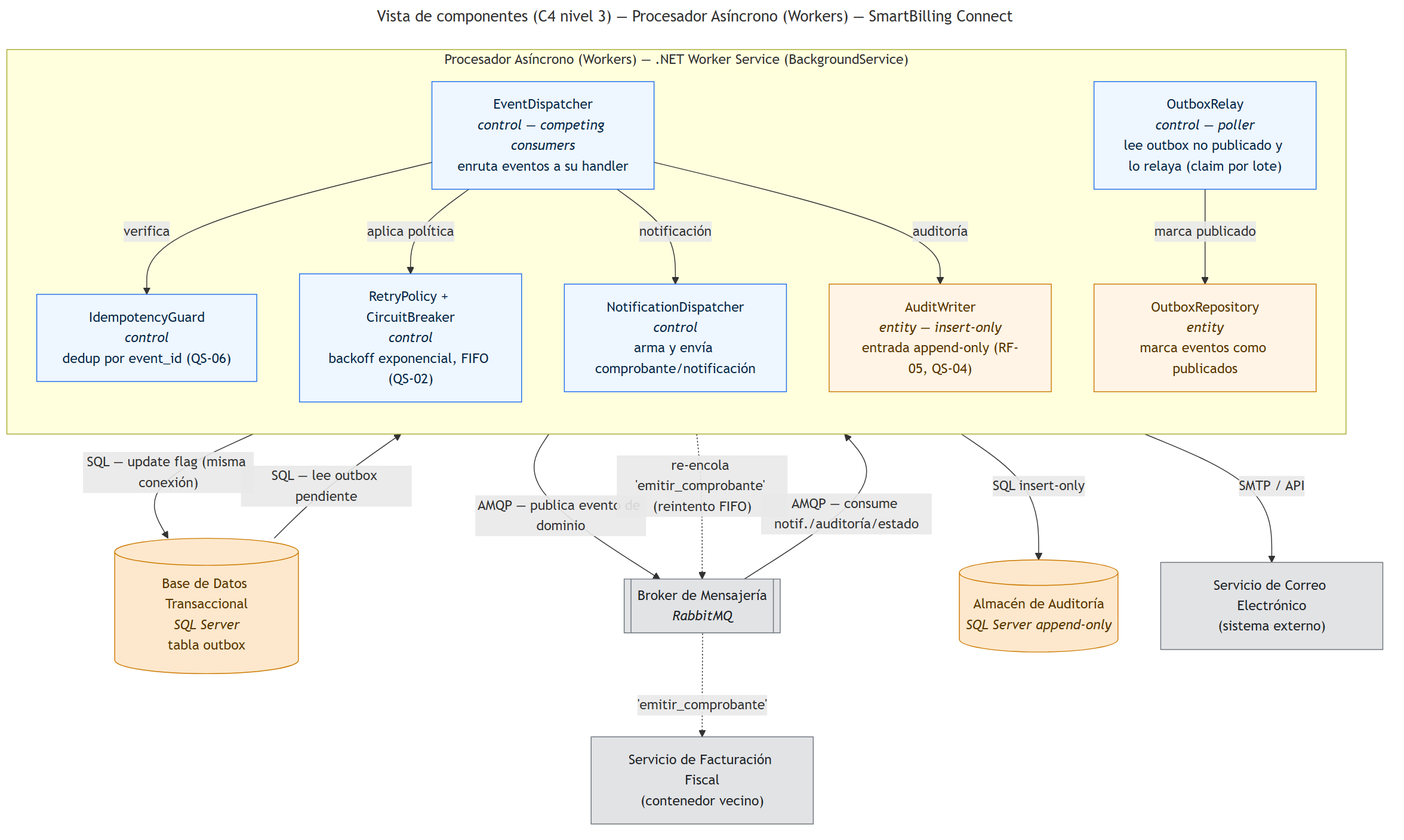
This is diagramas/c4-componentes-workers.png from amoramongeCenfo/PSWE-04-Dise-o-de-Sistemas-de-Software, a Mermaid export, as it was before one commit. Its source is kept beside it as diagramas/c4-componentes-workers.mmd. Its diagram source:
```mermaid
---
title: Vista de componentes (C4 nivel 3) — Procesador Asíncrono (Workers) — SmartBilling Connect
---
flowchart TB
    DBTX[("Base de Datos Transaccional<br/><i>SQL Server</i><br/>tabla outbox")]
    BROKER[["Broker de Mensajería<br/><i>RabbitMQ</i>"]]
    DBAUD[("Almacén de Auditoría<br/><i>SQL Server append-only</i>")]
    FISCAL["Servicio de Facturación Fiscal<br/>(contenedor vecino)"]
    MAIL["Servicio de Correo Electrónico<br/>(sistema externo)"]

    subgraph WORKER["Procesador Asíncrono (Workers) — .NET Worker Service (BackgroundService)"]
        direction TB
        RELAY["OutboxRelay<br/><i>control — poller</i><br/>lee outbox no publicado y lo relaya (claim por lote)"]
        DISP["EventDispatcher<br/><i>control — competing consumers</i><br/>enruta eventos a su handler"]
        IDEMP["IdempotencyGuard<br/><i>control</i><br/>dedup por event_id (QS-06)"]
        RETRY["RetryPolicy + CircuitBreaker<br/><i>control</i><br/>backoff exponencial, FIFO (QS-02)"]
        NOTIF["NotificationDispatcher<br/><i>control</i><br/>arma y envía comprobante/notificación"]
        AUDIT["AuditWriter<br/><i>entity — insert-only</i><br/>entrada append-only (RF-05, QS-04)"]
        OREPO["OutboxRepository<br/><i>entity</i><br/>marca eventos como publicados"]
    end

    DBTX -->|"SQL — lee outbox pendiente"| RELAY
    RELAY -->|"AMQP — publica evento de dominio"| BROKER
    BROKER -->|"AMQP — consume notif./auditoría/estado"| DISP

    DISP -->|verifica| IDEMP
    DISP -->|aplica política| RETRY
    DISP -->|notificación| NOTIF
    DISP -->|auditoría| AUDIT
    RELAY -->|marca publicado| OREPO

    OREPO -->|"SQL — update flag (misma conexión)"| DBTX
    AUDIT -->|"SQL insert-only"| DBAUD
    NOTIF -->|"SMTP / API"| MAIL
    RETRY -.->|"re-encola 'emitir_comprobante' (reintento FIFO)"| BROKER
    BROKER -.->|"'emitir_comprobante'"| FISCAL

    classDef control fill:#eef6ff,stroke:#1f6feb,color:#0b2a4a;
    classDef entity fill:#fff4e6,stroke:#cc7a00,color:#5a3600;
    classDef ext fill:#e2e3e5,stroke:#6c757d,color:#212529;
    classDef store fill:#fde8cd,stroke:#cc7a00,color:#5a3600;
    class RELAY,DISP,IDEMP,RETRY,NOTIF control;
    class AUDIT,OREPO entity;
    class FISCAL,MAIL,BROKER ext;
    class DBTX,DBAUD store;
```
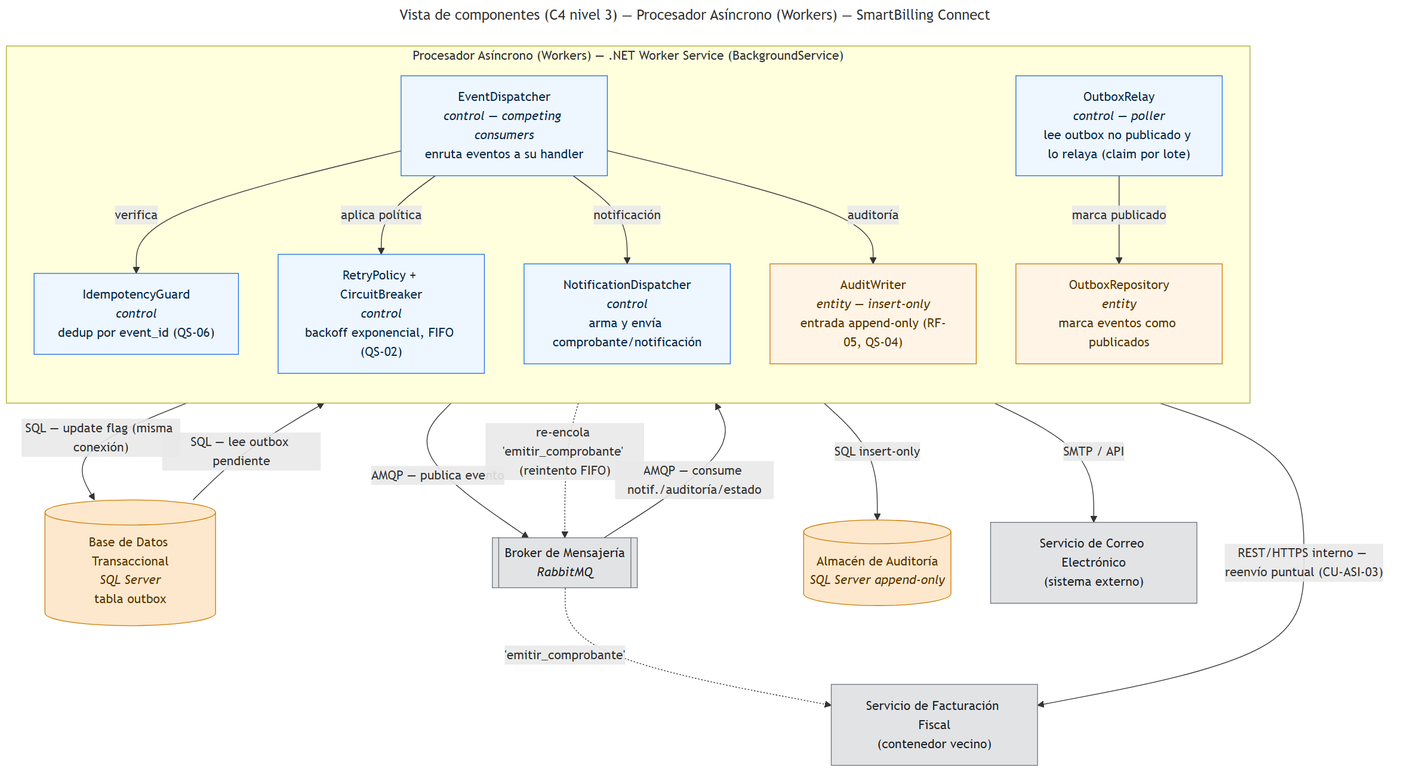
After the change.

Commit message:
docs(diagramas): completar aristas faltantes en las vistas de contenedores y workers

What changed in the source:
```diff
@@ -20,7 +20,7 @@
     end
 
     DBTX -->|"SQL — lee outbox pendiente"| RELAY
-    RELAY -->|"AMQP — publica evento de dominio"| BROKER
+    RELAY -->|"AMQP — publica evento"| BROKER
     BROKER -->|"AMQP — consume notif./auditoría/estado"| DISP
 
     DISP -->|verifica| IDEMP
@@ -34,6 +34,7 @@
     NOTIF -->|"SMTP / API"| MAIL
     RETRY -.->|"re-encola 'emitir_comprobante' (reintento FIFO)"| BROKER
     BROKER -.->|"'emitir_comprobante'"| FISCAL
+    RETRY -->|"REST/HTTPS interno — reenvío puntual (CU-ASI-03)"| FISCAL
 
     classDef control fill:#eef6ff,stroke:#1f6feb,color:#0b2a4a;
     classDef entity fill:#fff4e6,stroke:#cc7a00,color:#5a3600;
```
